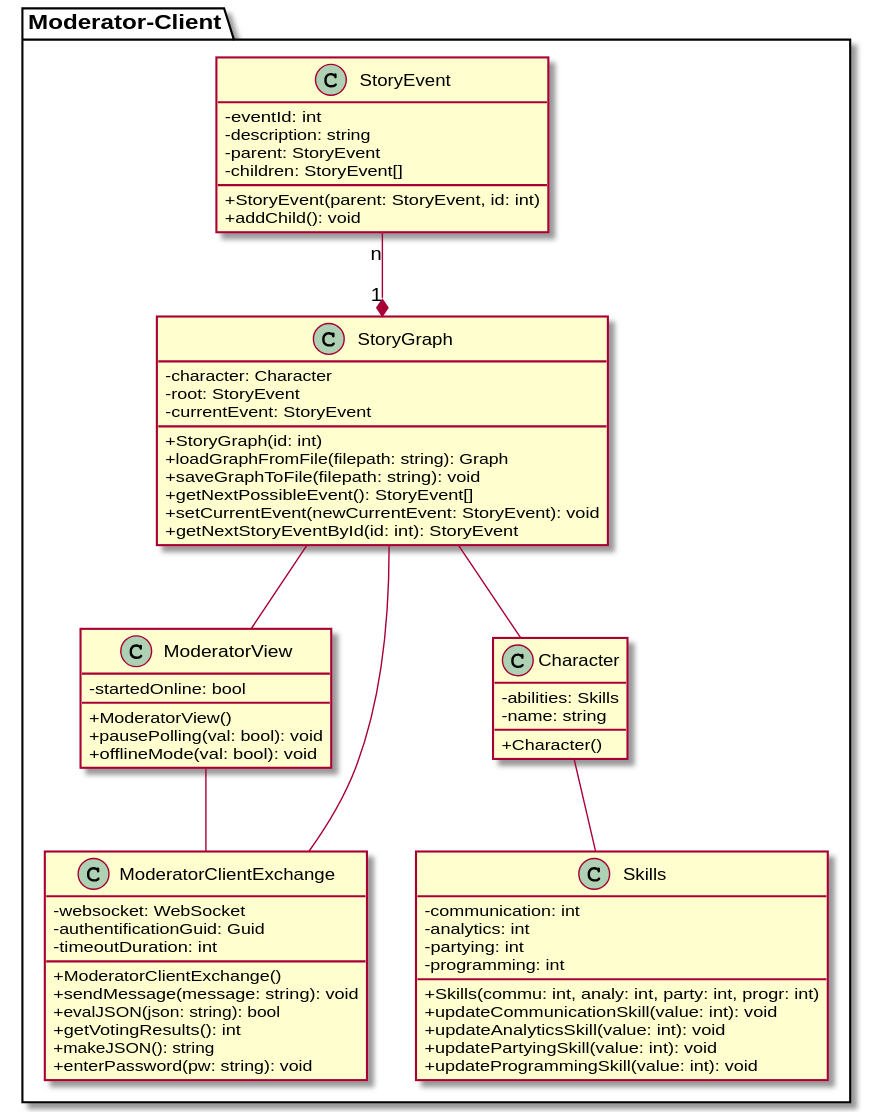
This is Docs/Technical Specifications/docs/diagrams/class-diagrams/moderator-client-class-diagram.svg from Brotenko/QualityQuest, a PlantUML export, as it was before one commit.
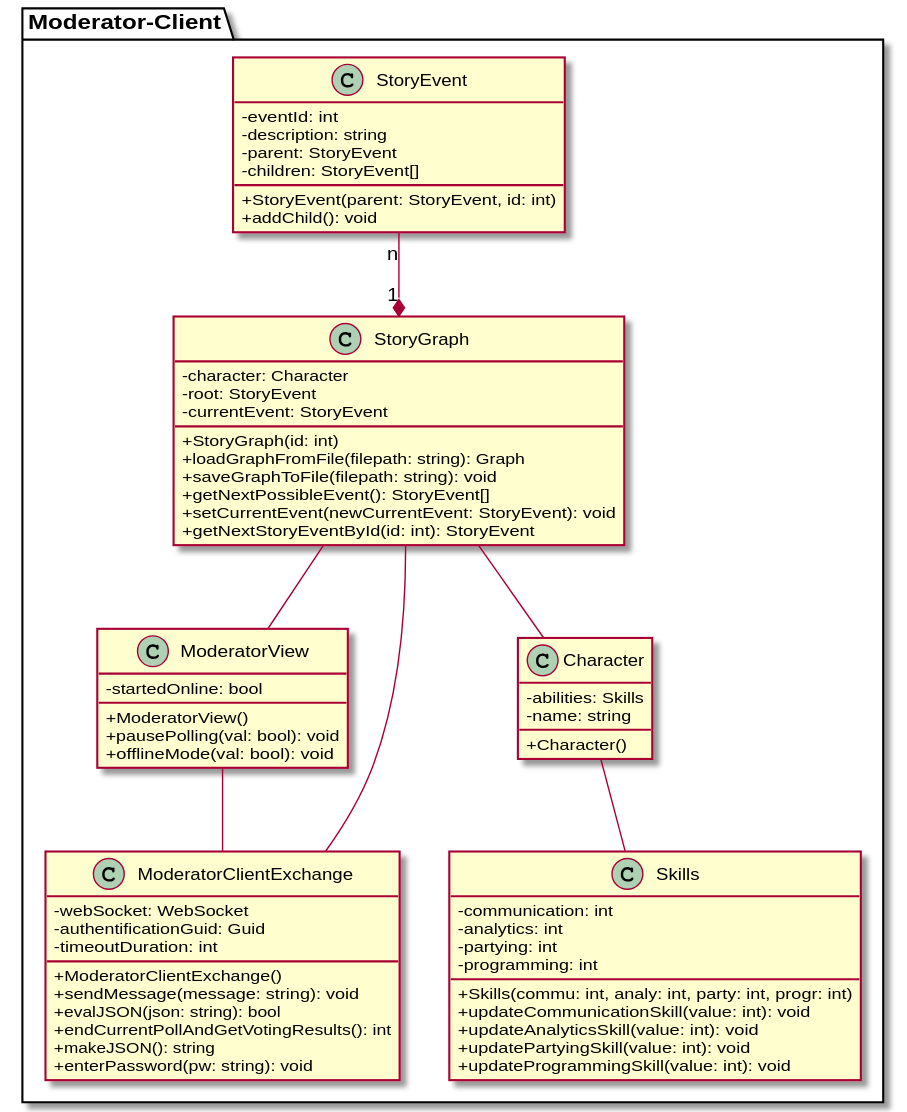
The same diagram one commit later.

Commit message:
Changed class diagram. "websocket" -> "webSocket"

The edit, as a diff of the source:
```diff
@@ -32,13 +32,13 @@
   }
 
   class "ModeratorClientExchange" as mcei{
-    {field} -websocket: WebSocket
+    {field} -webSocket: WebSocket
     {field} -authentificationGuid: Guid
     {field} -timeoutDuration: int
     {method} +ModeratorClientExchange()
     {method} +sendMessage(message: string): void
     {method} +evalJSON(json: string): bool
-    {method} +getVotingResults(): int
+    {method} +endCurrentPollAndGetVotingResults(): int
     {method} +makeJSON(): string
     {method} +enterPassword(pw: string): void
   }
```
